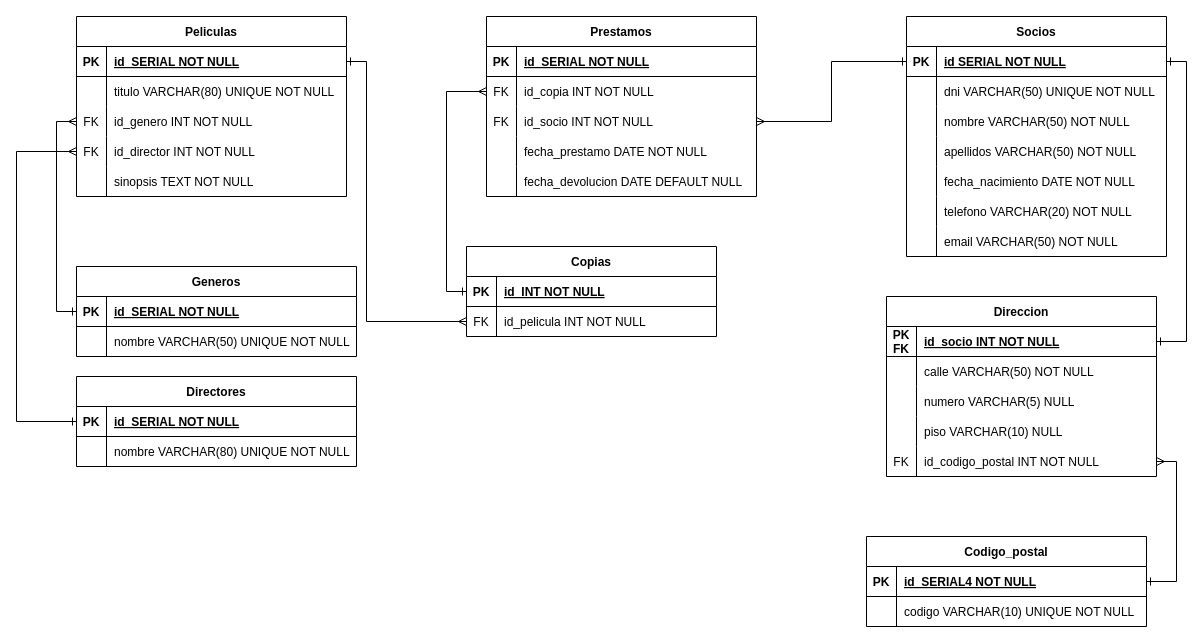
Cespuess/practica_modulo_SQL keeps this draw.io diagram as diagrama_práctica.drawio. Above is the earlier version. Source tidied: cells renumbered, new cells numbered last; positions are measured from the earlier drawing's top-left corner, leaving out a move shared by most shapes. Both pictures are drawn from the tidied source at 100%, with x=0, y=0 at pixel (16, 16).
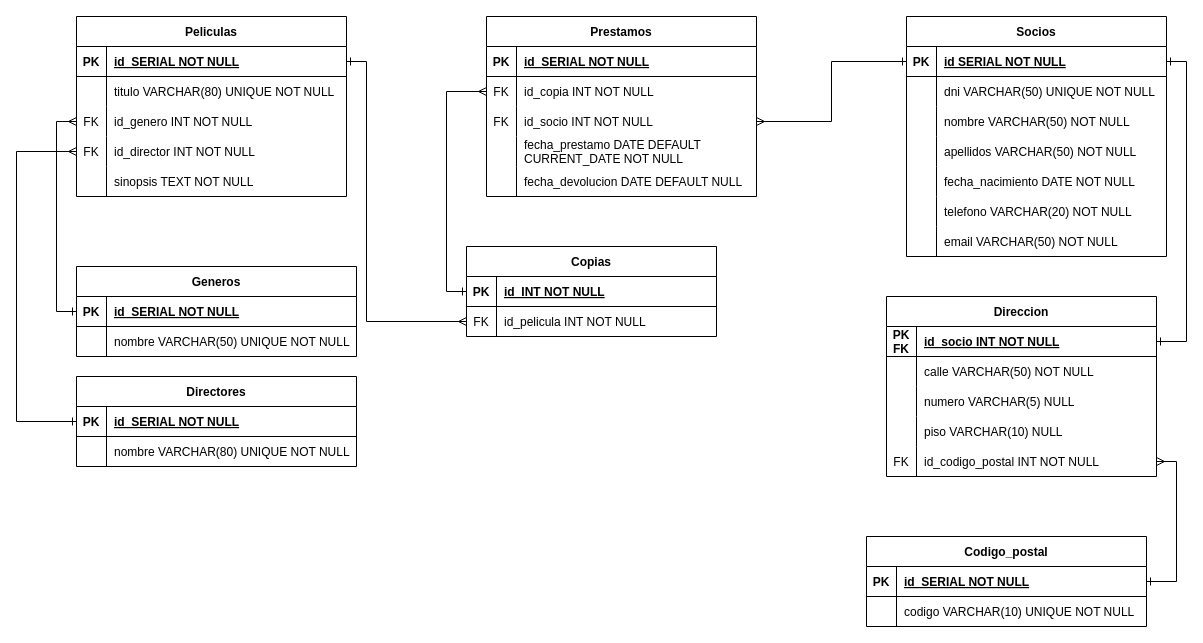
Above is the later version.

Commit message (it also covers changes not shown here):
Proyecto con consulta y diagrama, falta readme y consulta opcional

Unchanged cells that the change refers to:
```xml
<mxCell id="66" style="shape=partialRectangle;fillColor=none;top=0;left=0;right=0;bottom=0;" parent="56" vertex="1">
  <mxGeometry y="120" width="270" height="30" as="geometry" />
</mxCell>
<mxCell id="91" style="shape=partialRectangle;fillColor=none;points=[[0,0.5],[1,0.5]];portConstraint=eastwest;top=0;left=0;right=0;bottom=1;" parent="90" vertex="1">
  <mxGeometry y="30" width="280" height="30" as="geometry" />
</mxCell>
```

Change to the diagram source:
```diff
@@
-    <mxCell id="68" value="fecha_prestamo DATE NOT NULL" style="shape=partialRectangle;overflow=hidden;fillColor=none;top=0;left=0;bottom=0;right=0;align=left;spacingLeft=6;" parent="66" vertex="1">
+    <mxCell id="68" value="fecha_prestamo DATE DEFAULT&#10;CURRENT_DATE NOT NULL" style="shape=partialRectangle;overflow=hidden;fillColor=none;top=0;left=0;bottom=0;right=0;align=left;spacingLeft=6;" parent="66" vertex="1">
       <mxGeometry x="30" width="240" height="30" as="geometry" />
     </mxCell>
@@
-    <mxCell id="93" value="id  SERIAL4 NOT NULL" style="shape=partialRectangle;overflow=hidden;fillColor=none;top=0;left=0;bottom=0;right=0;align=left;spacingLeft=6;fontStyle=5;" parent="91" vertex="1">
+    <mxCell id="93" value="id  SERIAL NOT NULL" style="shape=partialRectangle;overflow=hidden;fillColor=none;top=0;left=0;bottom=0;right=0;align=left;spacingLeft=6;fontStyle=5;" parent="91" vertex="1">
       <mxGeometry x="30" width="250" height="30" as="geometry" />
     </mxCell>
```
